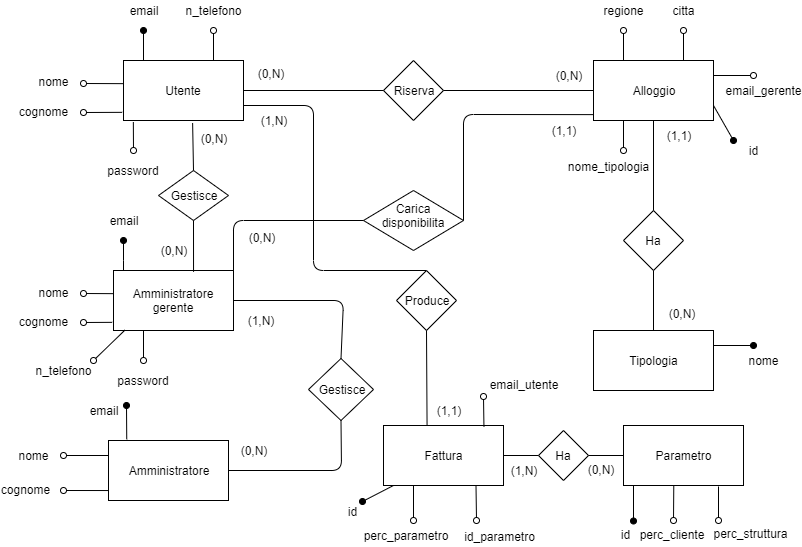
Earlier version of the draw.io export Progettazione/Database.png (mattialazzaroni/Gestione-alloggi). Source tidied: cells renumbered, new cells last; positions are measured from the earlier drawing's top-left corner, leaving out a move shared by most shapes.
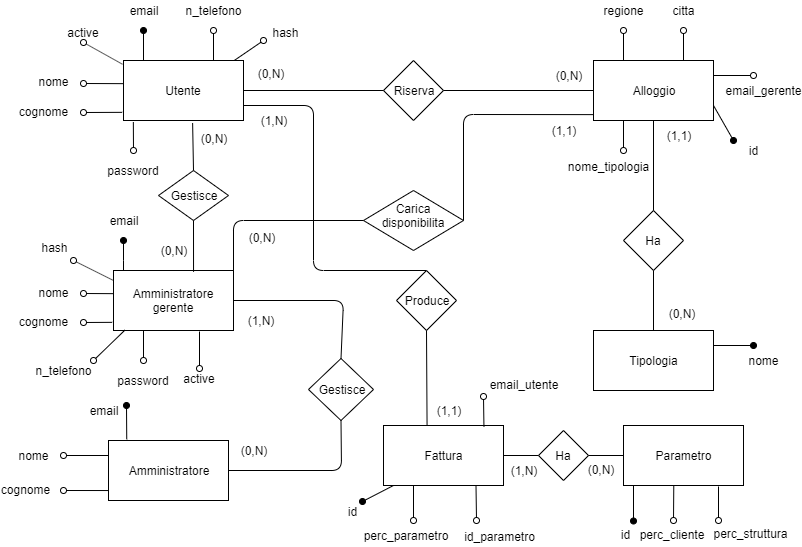
The same diagram one commit later.

What changed in the source:
```diff
@@ -367,5 +367,36 @@
     <mxCell id="95" value="nome_tipologia" style="text;html=1;strokeColor=none;fillColor=none;align=center;verticalAlign=middle;whiteSpace=wrap;rounded=0;fontSize=12;" parent="1" vertex="1">
       <mxGeometry x="583" y="156" width="40" height="20" as="geometry" />
     </mxCell>
+    <mxCell id="96" style="endArrow=none;html=1;startArrow=oval;startFill=0;entryX=0.925;entryY=-0.003;entryDx=0;entryDy=0;entryPerimeter=0;" parent="1" edge="1" target="3">
+      <mxGeometry relative="1" as="geometry">
+        <mxPoint x="258" y="40" as="sourcePoint" />
+      </mxGeometry>
+    </mxCell>
+    <mxCell id="97" value="hash" style="text;html=1;strokeColor=none;fillColor=none;align=center;verticalAlign=middle;whiteSpace=wrap;rounded=0;" parent="1" vertex="1">
+      <mxGeometry x="260" y="22" width="40" height="20" as="geometry" />
+    </mxCell>
+    <mxCell id="98" style="endArrow=none;html=1;startArrow=oval;startFill=0;" parent="1" edge="1">
+      <mxGeometry relative="1" as="geometry">
+        <mxPoint x="68" y="260" as="sourcePoint" />
+        <mxPoint x="108" y="280" as="targetPoint" />
+      </mxGeometry>
+    </mxCell>
+    <mxCell id="99" value="hash" style="text;html=1;strokeColor=none;fillColor=none;align=center;verticalAlign=middle;whiteSpace=wrap;rounded=0;" parent="1" vertex="1">
+      <mxGeometry x="28.5" y="237" width="40" height="20" as="geometry" />
+    </mxCell>
+    <mxCell id="100" style="endArrow=none;html=1;startArrow=oval;startFill=0;entryX=-0.008;entryY=0.063;entryDx=0;entryDy=0;entryPerimeter=0;exitX=0.5;exitY=1;exitDx=0;exitDy=0;" parent="1" edge="1" source="101" target="3">
+      <mxGeometry relative="1" as="geometry" />
+    </mxCell>
+    <mxCell id="101" value="active" style="text;html=1;strokeColor=none;fillColor=none;align=center;verticalAlign=middle;whiteSpace=wrap;rounded=0;" parent="1" vertex="1">
+      <mxGeometry x="58" y="22" width="40" height="20" as="geometry" />
+    </mxCell>
+    <mxCell id="102" style="endArrow=none;html=1;startArrow=oval;startFill=0;exitX=0.5;exitY=0;exitDx=0;exitDy=0;" parent="1" edge="1" source="103">
+      <mxGeometry relative="1" as="geometry">
+        <mxPoint x="194" y="331" as="targetPoint" />
+      </mxGeometry>
+    </mxCell>
+    <mxCell id="103" value="active" style="text;html=1;strokeColor=none;fillColor=none;align=center;verticalAlign=middle;whiteSpace=wrap;rounded=0;" parent="1" vertex="1">
+      <mxGeometry x="174" y="368" width="40" height="20" as="geometry" />
+    </mxCell>
   </root>
 </mxGraphModel>
```
